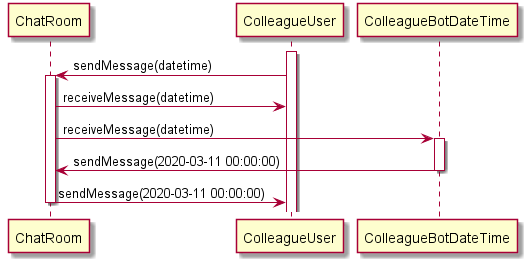
Above: img/designpattern/2/concept_mediator_3.png in windowforsun/blog (PlantUML), before the change. Its diagram source:
```plantuml
@startuml

participant ChatRoom
participant ColleagueUser
participant ColleagueBotDateTime

activate ColleagueUser
ColleagueUser -> ChatRoom : sendMessage(datetime)
activate ChatRoom

ChatRoom -> ColleagueUser : receiveMessage(datetime)
ChatRoom -> ColleagueBotDateTime : receiveMessage(datetime)
activate ColleagueBotDateTime

ColleagueBotDateTime -> ChatRoom : sendMessage(2020-03-11 00:00:00)
deactivate ColleagueBotDateTime

ChatRoom -> ColleagueUser : sendMessage(2020-03-11 00:00:00)
deactivate ChatRoom

@enduml
```
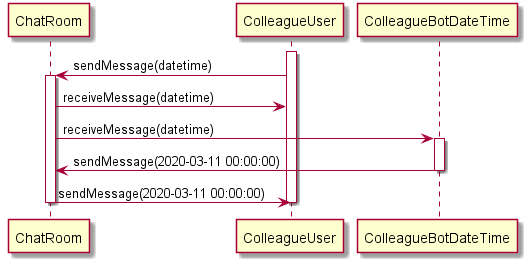
After the change.

Commit message:
mediator 이미지 수정

Diff of the diagram source:
```diff
@@ -18,4 +18,6 @@
 ChatRoom -> ColleagueUser : sendMessage(2020-03-11 00:00:00)
 deactivate ChatRoom
 
+deactivate ColleagueUser
+
 @enduml
```
